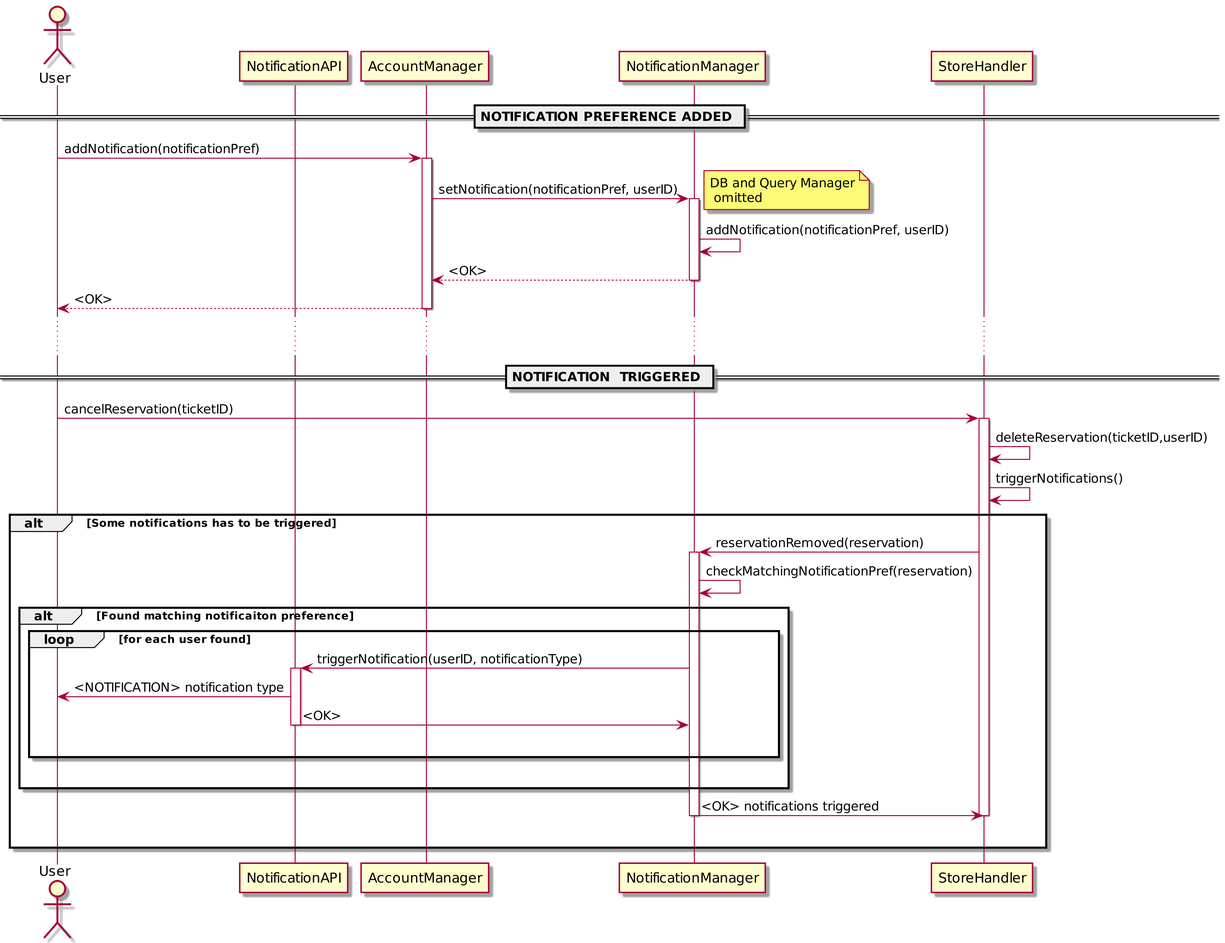
This is DD/uml/seq_user_gets_notified.png from andreafra/Software-Engineering-2-Project-2021, a PlantUML export, as it was before one commit.
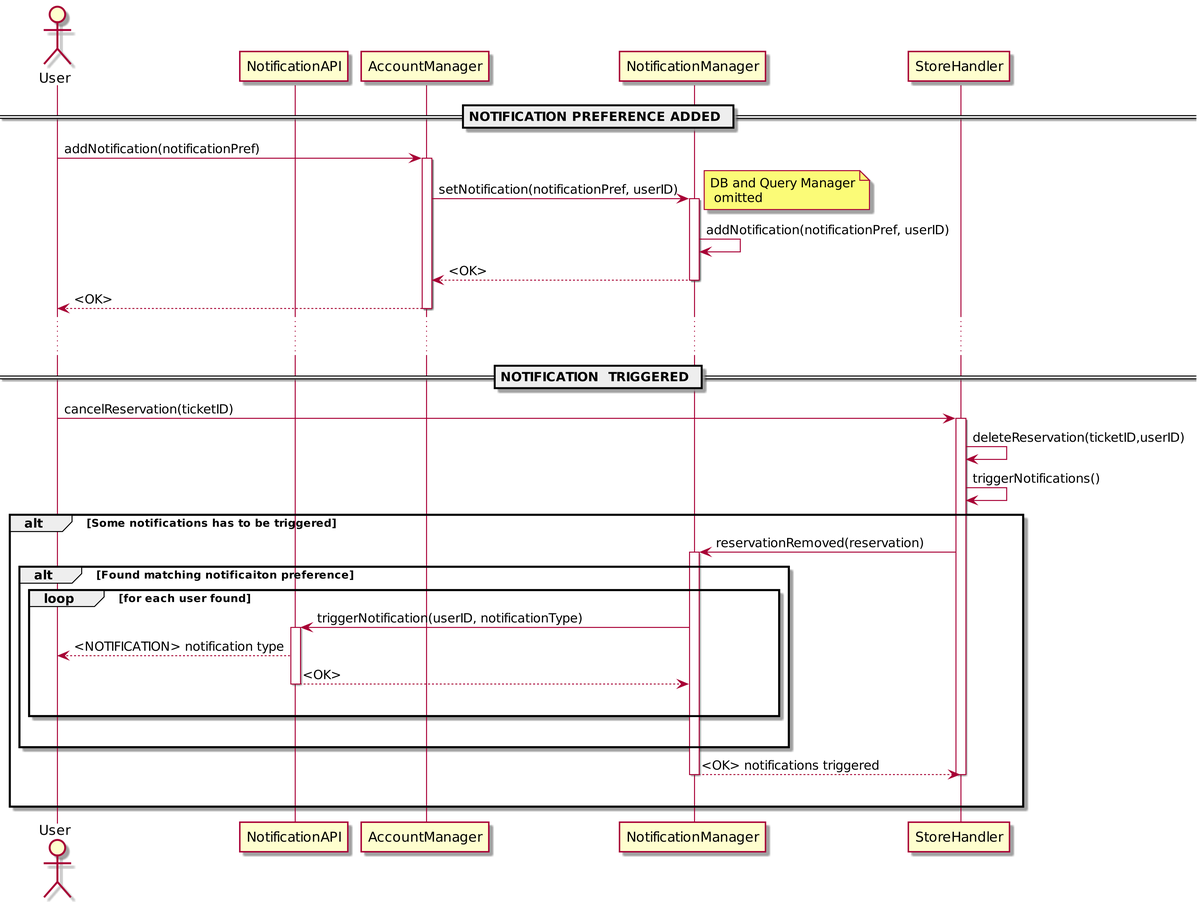
Later version of the same file.

Diff of the diagram source:
```diff
@@ -29,19 +29,18 @@
 alt Some notifications has to be triggered
    sh->nm : reservationRemoved(reservation)
    activate nm
-   nm -> nm : checkMatchingNotificationPref(reservation)
    alt Found matching notificaiton preference
       loop for each user found
          nm->napi : triggerNotification(userID, notificationType)
          activate napi
-         napi->a : <NOTIFICATION> notification type
-         napi -> nm : <OK>
+         napi-->a : <NOTIFICATION> notification type
+         napi --> nm : <OK>
          deactivate napi
          |||
       end
       |||
    end
-   nm->sh : <OK> notifications triggered
+   nm-->sh : <OK> notifications triggered
  deactivate nm
  deactivate sh
  |||
```
